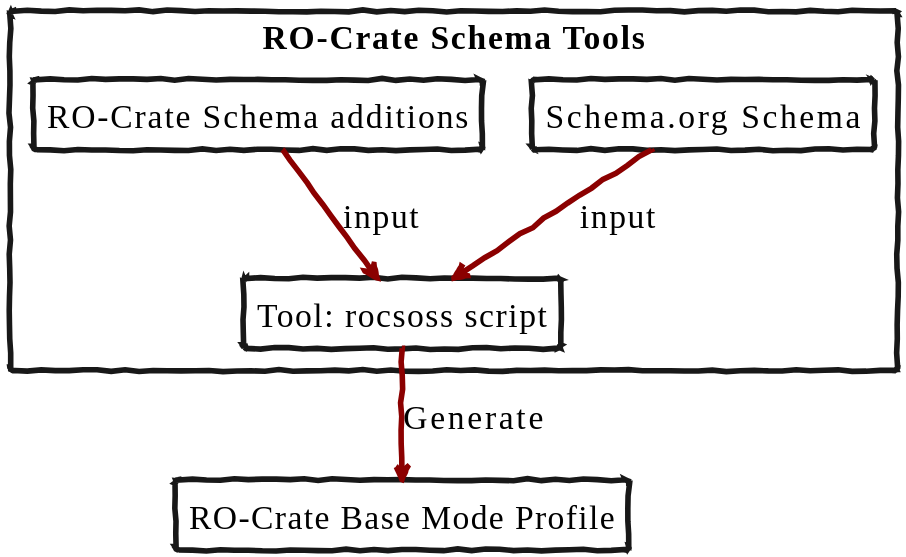
This is docs/images/soss-to-profile.svg from Language-Research-Technology/ro-crate-modes, a PlantUML export, as it was before one commit.
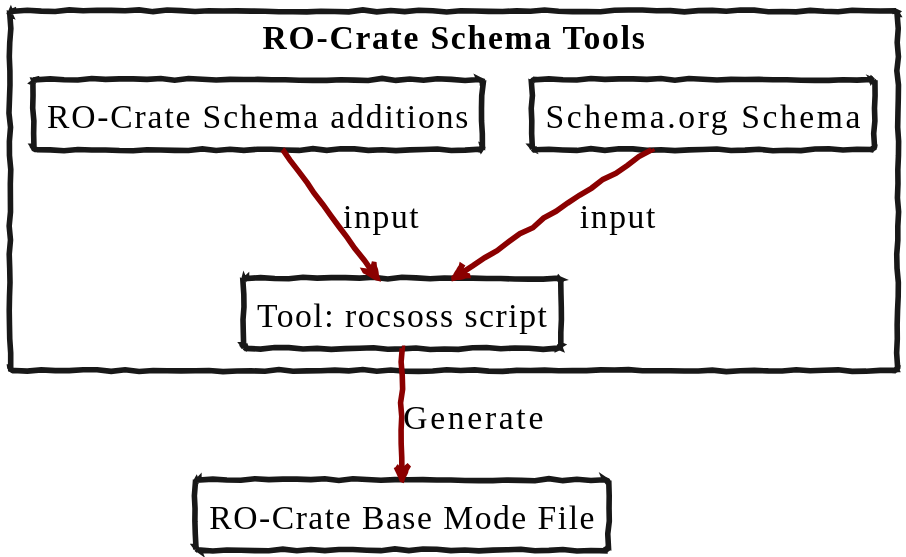
The same file after the commit.

What changed in the source:
```diff
@@ -7,7 +7,7 @@
 rectangle "Tool: rocsoss script" as rocsoss
 }
 
-rectangle "RO-Crate Base Mode Profile" as rop
+rectangle "RO-Crate Base Mode File" as rop
 
 sos -down-> rocsoss : input
 roc -down-> rocsoss : input
```
